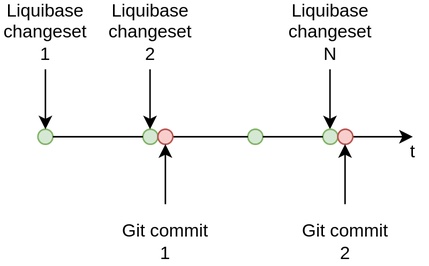
Before: modules/tech/images/lowcode/admin-portal/data-model/tables-management-luqibase-current-flow.svg, a diagram exported from draw.io (epam/edp-ddm-architecture). Source tidied: cells renumbered, new cells last; positions are measured from the earlier drawing's top-left corner, leaving out a move shared by most shapes.
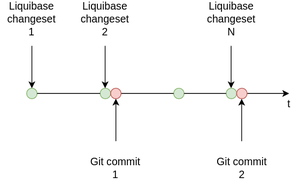
Later version of the same file.

What changed in the source:
```diff
@@ -2,130 +2,133 @@
   <root>
     <mxCell id="0" />
     <mxCell id="1" parent="0" />
+    <mxCell id="37" style="group;fontSize=14;" parent="1" vertex="1">
+      <mxGeometry width="400" height="240" as="geometry" />
+    </mxCell>
-    <mxCell id="2" style="endArrow=classic;html=1;rounded=0;startArrow=none;" parent="1" edge="1" source="31">
+    <mxCell id="2" style="endArrow=classic;html=1;rounded=0;startArrow=none;fontSize=14;" parent="37" edge="1" source="31">
       <mxGeometry relative="1" as="geometry">
-        <mxPoint x="275" y="85" as="targetPoint" />
+        <mxPoint x="386" y="120" as="targetPoint" />
       </mxGeometry>
     </mxCell>
-    <mxCell id="3" style="ellipse;whiteSpace=wrap;html=1;fillColor=#d5e8d4;strokeColor=#82b366;" parent="1" vertex="1">
-      <mxGeometry x="25" y="80" width="10" height="10" as="geometry" />
+    <mxCell id="3" style="ellipse;whiteSpace=wrap;html=1;fillColor=#d5e8d4;strokeColor=#82b366;fontSize=14;" parent="37" vertex="1">
+      <mxGeometry x="35.1" y="112.9" width="14" height="14" as="geometry" />
     </mxCell>
-    <mxCell id="4" style="endArrow=none;html=1;rounded=0;" parent="1" edge="1" target="3">
+    <mxCell id="4" style="endArrow=none;html=1;rounded=0;fontSize=14;" parent="37" edge="1" target="3">
       <mxGeometry relative="1" as="geometry">
-        <mxPoint x="25" y="85" as="sourcePoint" />
+        <mxPoint x="35.1" y="120" as="sourcePoint" />
       </mxGeometry>
     </mxCell>
-    <mxCell id="5" style="ellipse;whiteSpace=wrap;html=1;fillColor=#d5e8d4;strokeColor=#82b366;" parent="1" vertex="1">
-      <mxGeometry x="95" y="80" width="10" height="10" as="geometry" />
+    <mxCell id="5" style="ellipse;whiteSpace=wrap;html=1;fillColor=#d5e8d4;strokeColor=#82b366;fontSize=14;" parent="37" vertex="1">
+      <mxGeometry x="133.3" y="112.9" width="14" height="14" as="geometry" />
     </mxCell>
-    <mxCell id="6" style="endArrow=none;html=1;rounded=0;startArrow=none;" parent="1" edge="1" source="3" target="5">
+    <mxCell id="6" style="endArrow=none;html=1;rounded=0;startArrow=none;fontSize=14;" parent="37" edge="1" source="3" target="5">
       <mxGeometry relative="1" as="geometry" />
     </mxCell>
-    <mxCell id="7" style="ellipse;whiteSpace=wrap;html=1;fillColor=#d5e8d4;strokeColor=#82b366;" parent="1" vertex="1">
-      <mxGeometry x="165" y="80" width="10" height="10" as="geometry" />
+    <mxCell id="7" style="ellipse;whiteSpace=wrap;html=1;fillColor=#d5e8d4;strokeColor=#82b366;fontSize=14;" parent="37" vertex="1">
+      <mxGeometry x="231.6" y="112.9" width="14" height="14" as="geometry" />
     </mxCell>
-    <mxCell id="8" style="endArrow=none;html=1;rounded=0;startArrow=none;" parent="1" edge="1" source="27" target="7">
+    <mxCell id="8" style="endArrow=none;html=1;rounded=0;startArrow=none;fontSize=14;" parent="37" edge="1" source="27" target="7">
       <mxGeometry relative="1" as="geometry" />
     </mxCell>
-    <mxCell id="9" style="group;" parent="1" vertex="1">
-      <mxGeometry width="60" height="40" as="geometry" />
+    <mxCell id="9" style="group;fontSize=14;" parent="37" vertex="1">
+      <mxGeometry width="84.2" height="56.5" as="geometry" />
     </mxCell>
-    <mxCell id="10" style="group;" parent="9" vertex="1">
-      <mxGeometry width="60" height="40" as="geometry" />
+    <mxCell id="10" style="group;fontSize=14;" parent="9" vertex="1">
+      <mxGeometry width="84.2" height="56.5" as="geometry" />
     </mxCell>
-    <mxCell id="11" style="group;" parent="10" vertex="1">
-      <mxGeometry width="60" height="40" as="geometry" />
+    <mxCell id="11" style="group;fontSize=14;" parent="10" vertex="1">
+      <mxGeometry width="84.2" height="56.5" as="geometry" />
     </mxCell>
-    <mxCell id="12" value="Liquibase changeset&lt;br&gt;1" style="text;html=1;strokeColor=none;fillColor=none;align=center;verticalAlign=middle;whiteSpace=wrap;rounded=0;" parent="11" vertex="1">
-      <mxGeometry width="60" height="30" as="geometry" />
+    <mxCell id="12" value="Liquibase changeset&lt;br style=&quot;font-size: 14px;&quot;&gt;1" style="text;html=1;strokeColor=none;fillColor=none;align=center;verticalAlign=middle;whiteSpace=wrap;rounded=0;fontSize=14;" parent="11" vertex="1">
+      <mxGeometry width="84.2" height="42.4" as="geometry" />
     </mxCell>
-    <mxCell id="13" style="group;" parent="1" vertex="1">
-      <mxGeometry x="70" width="60" height="40" as="geometry" />
+    <mxCell id="13" style="group;fontSize=14;" parent="37" vertex="1">
+      <mxGeometry x="98.2" width="84.2" height="56.5" as="geometry" />
     </mxCell>
-    <mxCell id="14" style="group;" parent="13" vertex="1">
-      <mxGeometry width="60" height="40" as="geometry" />
+    <mxCell id="14" style="group;fontSize=14;" parent="13" vertex="1">
+      <mxGeometry width="84.2" height="56.5" as="geometry" />
     </mxCell>
-    <mxCell id="15" style="group;" parent="14" vertex="1">
-      <mxGeometry width="60" height="40" as="geometry" />
+    <mxCell id="15" style="group;fontSize=14;" parent="14" vertex="1">
+      <mxGeometry width="84.2" height="56.5" as="geometry" />
     </mxCell>
     <mxCell id="16" style="edgeStyle=orthogonalEdgeStyle;rounded=0;orthogonalLoop=1;jettySize=auto;html=1;entryX=0.5;entryY=0;entryDx=0;entryDy=0;" parent="15" edge="1">
       <mxGeometry relative="1" as="geometry">
-        <mxPoint x="30" y="40" as="sourcePoint" />
+        <mxPoint x="42.1" y="56.5" as="sourcePoint" />
       </mxGeometry>
     </mxCell>
-    <mxCell id="17" value="Liquibase changeset&lt;br&gt;2" style="text;html=1;strokeColor=none;fillColor=none;align=center;verticalAlign=middle;whiteSpace=wrap;rounded=0;" parent="15" vertex="1">
-      <mxGeometry width="60" height="30" as="geometry" />
+    <mxCell id="17" value="Liquibase changeset&lt;br style=&quot;font-size: 14px;&quot;&gt;2" style="text;html=1;strokeColor=none;fillColor=none;align=center;verticalAlign=middle;whiteSpace=wrap;rounded=0;fontSize=14;" parent="15" vertex="1">
+      <mxGeometry width="84.2" height="42.4" as="geometry" />
     </mxCell>
-    <mxCell id="18" style="group;" parent="1" vertex="1">
-      <mxGeometry x="190" width="60" height="40" as="geometry" />
+    <mxCell id="18" style="group;fontSize=14;" parent="37" vertex="1">
+      <mxGeometry x="266.7" width="84.2" height="56.5" as="geometry" />
     </mxCell>
-    <mxCell id="19" style="group;" parent="18" vertex="1">
-      <mxGeometry width="60" height="40" as="geometry" />
+    <mxCell id="19" style="group;fontSize=14;" parent="18" vertex="1">
+      <mxGeometry width="84.2" height="56.5" as="geometry" />
     </mxCell>
-    <mxCell id="20" style="group;" parent="19" vertex="1">
-      <mxGeometry width="60" height="40" as="geometry" />
+    <mxCell id="20" style="group;fontSize=14;" parent="19" vertex="1">
+      <mxGeometry width="84.2" height="56.5" as="geometry" />
     </mxCell>
     <mxCell id="21" style="edgeStyle=orthogonalEdgeStyle;rounded=0;orthogonalLoop=1;jettySize=auto;html=1;entryX=0.5;entryY=0;entryDx=0;entryDy=0;" parent="20" edge="1">
       <mxGeometry relative="1" as="geometry">
-        <mxPoint x="30" y="40" as="sourcePoint" />
+        <mxPoint x="42.1" y="56.5" as="sourcePoint" />
       </mxGeometry>
     </mxCell>
-    <mxCell id="22" value="Liquibase changeset&lt;br&gt;N" style="text;html=1;strokeColor=none;fillColor=none;align=center;verticalAlign=middle;whiteSpace=wrap;rounded=0;" parent="20" vertex="1">
-      <mxGeometry width="60" height="30" as="geometry" />
+    <mxCell id="22" value="Liquibase changeset&lt;br style=&quot;font-size: 14px;&quot;&gt;N" style="text;html=1;strokeColor=none;fillColor=none;align=center;verticalAlign=middle;whiteSpace=wrap;rounded=0;fontSize=14;" parent="20" vertex="1">
+      <mxGeometry width="84.2" height="42.4" as="geometry" />
     </mxCell>
-    <mxCell id="23" value="t" style="text;html=1;strokeColor=none;fillColor=none;align=center;verticalAlign=middle;whiteSpace=wrap;rounded=0;" parent="1" vertex="1">
-      <mxGeometry x="265" y="90" width="20" height="10" as="geometry" />
+    <mxCell id="23" value="t" style="text;html=1;strokeColor=none;fillColor=none;align=center;verticalAlign=middle;whiteSpace=wrap;rounded=0;fontSize=14;" parent="37" vertex="1">
+      <mxGeometry x="371.9" y="127.1" width="28.1" height="14.1" as="geometry" />
     </mxCell>
-    <mxCell id="24" style="endArrow=classic;html=1;rounded=0;entryX=0.5;entryY=0;entryDx=0;entryDy=0;" parent="1" edge="1" target="3">
+    <mxCell id="24" style="endArrow=classic;html=1;rounded=0;entryX=0.5;entryY=0;entryDx=0;entryDy=0;fontSize=14;" parent="37" edge="1" target="3">
       <mxGeometry relative="1" as="geometry">
-        <mxPoint x="30" y="40" as="sourcePoint" />
+        <mxPoint x="42.1" y="56.5" as="sourcePoint" />
       </mxGeometry>
     </mxCell>
-    <mxCell id="25" style="endArrow=classic;html=1;rounded=0;entryX=0.5;entryY=0;entryDx=0;entryDy=0;" parent="1" edge="1">
+    <mxCell id="25" style="endArrow=classic;html=1;rounded=0;entryX=0.5;entryY=0;entryDx=0;entryDy=0;fontSize=14;" parent="37" edge="1">
       <mxGeometry relative="1" as="geometry">
-        <mxPoint x="99.8" y="40" as="sourcePoint" />
-        <mxPoint x="99.8" y="80" as="targetPoint" />
+        <mxPoint x="140" y="56.5" as="sourcePoint" />
+        <mxPoint x="140" y="112.9" as="targetPoint" />
       </mxGeometry>
     </mxCell>
-    <mxCell id="26" style="endArrow=classic;html=1;rounded=0;entryX=0.5;entryY=0;entryDx=0;entryDy=0;" parent="1" edge="1">
+    <mxCell id="26" style="endArrow=classic;html=1;rounded=0;entryX=0.5;entryY=0;entryDx=0;entryDy=0;fontSize=14;" parent="37" edge="1">
       <mxGeometry relative="1" as="geometry">
-        <mxPoint x="219.8" y="40" as="sourcePoint" />
-        <mxPoint x="219.8" y="80" as="targetPoint" />
+        <mxPoint x="308.4" y="56.5" as="sourcePoint" />
+        <mxPoint x="308.4" y="112.9" as="targetPoint" />
       </mxGeometry>
     </mxCell>
-    <mxCell id="27" style="ellipse;whiteSpace=wrap;html=1;fillColor=#f8cecc;strokeColor=#b85450;" parent="1" vertex="1">
-      <mxGeometry x="105" y="80" width="10" height="10" as="geometry" />
+    <mxCell id="27" style="ellipse;whiteSpace=wrap;html=1;fillColor=#f8cecc;strokeColor=#b85450;fontSize=14;" parent="37" vertex="1">
+      <mxGeometry x="147.4" y="112.9" width="14" height="14" as="geometry" />
     </mxCell>
-    <mxCell id="28" style="endArrow=none;html=1;rounded=0;startArrow=none;" parent="1" edge="1" source="5" target="27">
+    <mxCell id="28" style="endArrow=none;html=1;rounded=0;startArrow=none;fontSize=14;" parent="37" edge="1" source="5" target="27">
       <mxGeometry relative="1" as="geometry" />
     </mxCell>
-    <mxCell id="29" style="ellipse;whiteSpace=wrap;html=1;fillColor=#d5e8d4;strokeColor=#82b366;" parent="1" vertex="1">
-      <mxGeometry x="215" y="80" width="10" height="10" as="geometry" />
+    <mxCell id="29" style="ellipse;whiteSpace=wrap;html=1;fillColor=#d5e8d4;strokeColor=#82b366;fontSize=14;" parent="37" vertex="1">
+      <mxGeometry x="301.8" y="112.9" width="14" height="14" as="geometry" />
     </mxCell>
-    <mxCell id="30" style="endArrow=none;html=1;rounded=0;startArrow=none;" parent="1" edge="1" source="7" target="29">
+    <mxCell id="30" style="endArrow=none;html=1;rounded=0;startArrow=none;fontSize=14;" parent="37" edge="1" source="7" target="29">
       <mxGeometry relative="1" as="geometry" />
     </mxCell>
-    <mxCell id="31" style="ellipse;whiteSpace=wrap;html=1;fillColor=#f8cecc;strokeColor=#b85450;" parent="1" vertex="1">
-      <mxGeometry x="225" y="80" width="10" height="10" as="geometry" />
+    <mxCell id="31" style="ellipse;whiteSpace=wrap;html=1;fillColor=#f8cecc;strokeColor=#b85450;fontSize=14;" parent="37" vertex="1">
+      <mxGeometry x="315.8" y="112.9" width="14" height="14" as="geometry" />
     </mxCell>
-    <mxCell id="32" style="endArrow=none;html=1;rounded=0;startArrow=none;" parent="1" edge="1" source="29" target="31">
+    <mxCell id="32" style="endArrow=none;html=1;rounded=0;startArrow=none;fontSize=14;" parent="37" edge="1" source="29" target="31">
       <mxGeometry relative="1" as="geometry" />
     </mxCell>
-    <mxCell id="33" style="endArrow=classic;html=1;rounded=0;entryX=0.5;entryY=1;entryDx=0;entryDy=0;" parent="1" edge="1" target="27">
+    <mxCell id="33" style="endArrow=classic;html=1;rounded=0;entryX=0.5;entryY=1;entryDx=0;entryDy=0;fontSize=14;" parent="37" edge="1" target="27">
       <mxGeometry relative="1" as="geometry">
-        <mxPoint x="110" y="130" as="sourcePoint" />
+        <mxPoint x="154.4" y="183.5" as="sourcePoint" />
       </mxGeometry>
     </mxCell>
-    <mxCell id="34" value="Git commit&lt;br&gt;1" style="text;html=1;strokeColor=none;fillColor=none;align=center;verticalAlign=middle;whiteSpace=wrap;rounded=0;" parent="1" vertex="1">
-      <mxGeometry x="80" y="140" width="60" height="30" as="geometry" />
+    <mxCell id="34" value="Git commit&lt;br style=&quot;font-size: 14px;&quot;&gt;1" style="text;html=1;strokeColor=none;fillColor=none;align=center;verticalAlign=middle;whiteSpace=wrap;rounded=0;fontSize=14;" parent="37" vertex="1">
+      <mxGeometry x="112.3" y="197.6" width="84.2" height="42.4" as="geometry" />
     </mxCell>
-    <mxCell id="35" value="Git commit&lt;br&gt;2" style="text;html=1;strokeColor=none;fillColor=none;align=center;verticalAlign=middle;whiteSpace=wrap;rounded=0;" parent="1" vertex="1">
-      <mxGeometry x="200" y="140" width="60" height="30" as="geometry" />
+    <mxCell id="35" value="Git commit&lt;br style=&quot;font-size: 14px;&quot;&gt;2" style="text;html=1;strokeColor=none;fillColor=none;align=center;verticalAlign=middle;whiteSpace=wrap;rounded=0;fontSize=14;" parent="37" vertex="1">
+      <mxGeometry x="280.7" y="197.6" width="84.2" height="42.4" as="geometry" />
     </mxCell>
-    <mxCell id="36" style="endArrow=classic;html=1;rounded=0;entryX=0.5;entryY=1;entryDx=0;entryDy=0;" parent="1" edge="1">
+    <mxCell id="36" style="endArrow=classic;html=1;rounded=0;entryX=0.5;entryY=1;entryDx=0;entryDy=0;fontSize=14;" parent="37" edge="1">
       <mxGeometry relative="1" as="geometry">
-        <mxPoint x="229.8" y="130" as="sourcePoint" />
-        <mxPoint x="229.8" y="90" as="targetPoint" />
+        <mxPoint x="322.5" y="183.5" as="sourcePoint" />
+        <mxPoint x="322.5" y="127.1" as="targetPoint" />
       </mxGeometry>
     </mxCell>
   </root>
```
